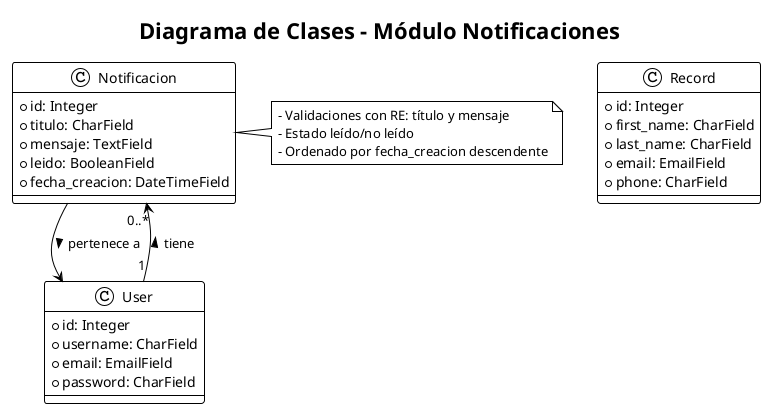
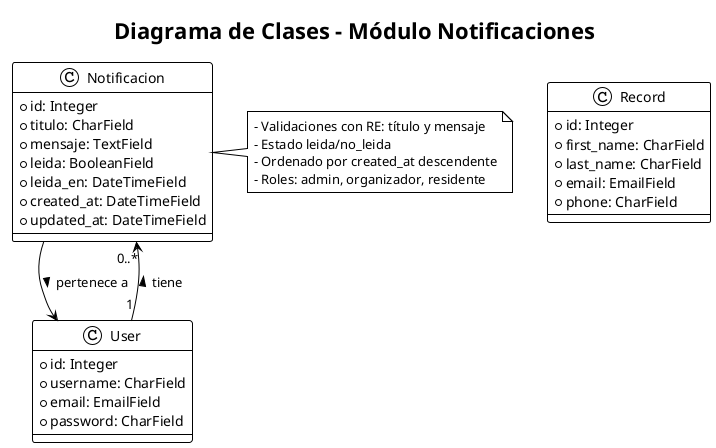
@startuml
!theme plain

title Diagrama de Clases - Módulo Notificaciones

class Notificacion {
    +id: Integer
    +titulo: CharField
    +mensaje: TextField
-     +leido: BooleanField
-     +fecha_creacion: DateTimeField
+     +leida: BooleanField
+     +leida_en: DateTimeField
+     +created_at: DateTimeField
+     +updated_at: DateTimeField
}

class User {
    +id: Integer
    +username: CharField
    +email: EmailField
    +password: CharField
}

class Record {
    +id: Integer
    +first_name: CharField
    +last_name: CharField
    +email: EmailField
    +phone: CharField
}

User "1" --> "0..*" Notificacion : tiene >
Notificacion --> User : pertenece a >

note right of Notificacion
  - Validaciones con RE: título y mensaje
-   - Estado leído/no leído
-   - Ordenado por fecha_creacion descendente
+   - Estado leida/no_leida
+   - Ordenado por created_at descendente
+   - Roles: admin, organizador, residente
end note

@enduml